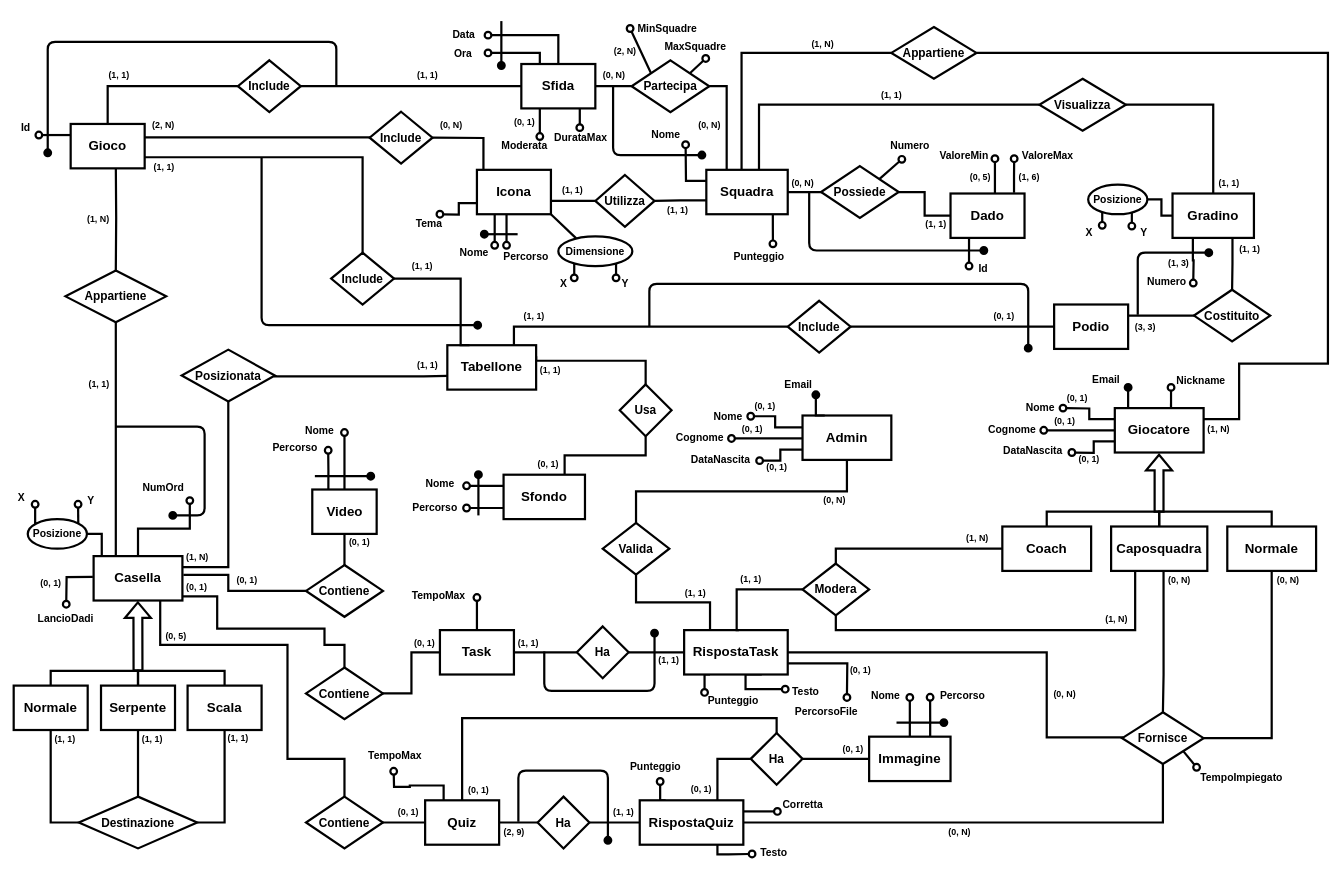
This is Progetto concettuale/Schema ER.drawio from lorenzobilli/BD-project, a draw.io file, before an edit. Source tidied: cells renumbered, new cells numbered last; positions are measured from the earlier drawing's top-left corner, leaving out a move shared by most shapes. Both pictures are drawn from the tidied source at 74%, with x=0, y=0 at pixel (13, 20).
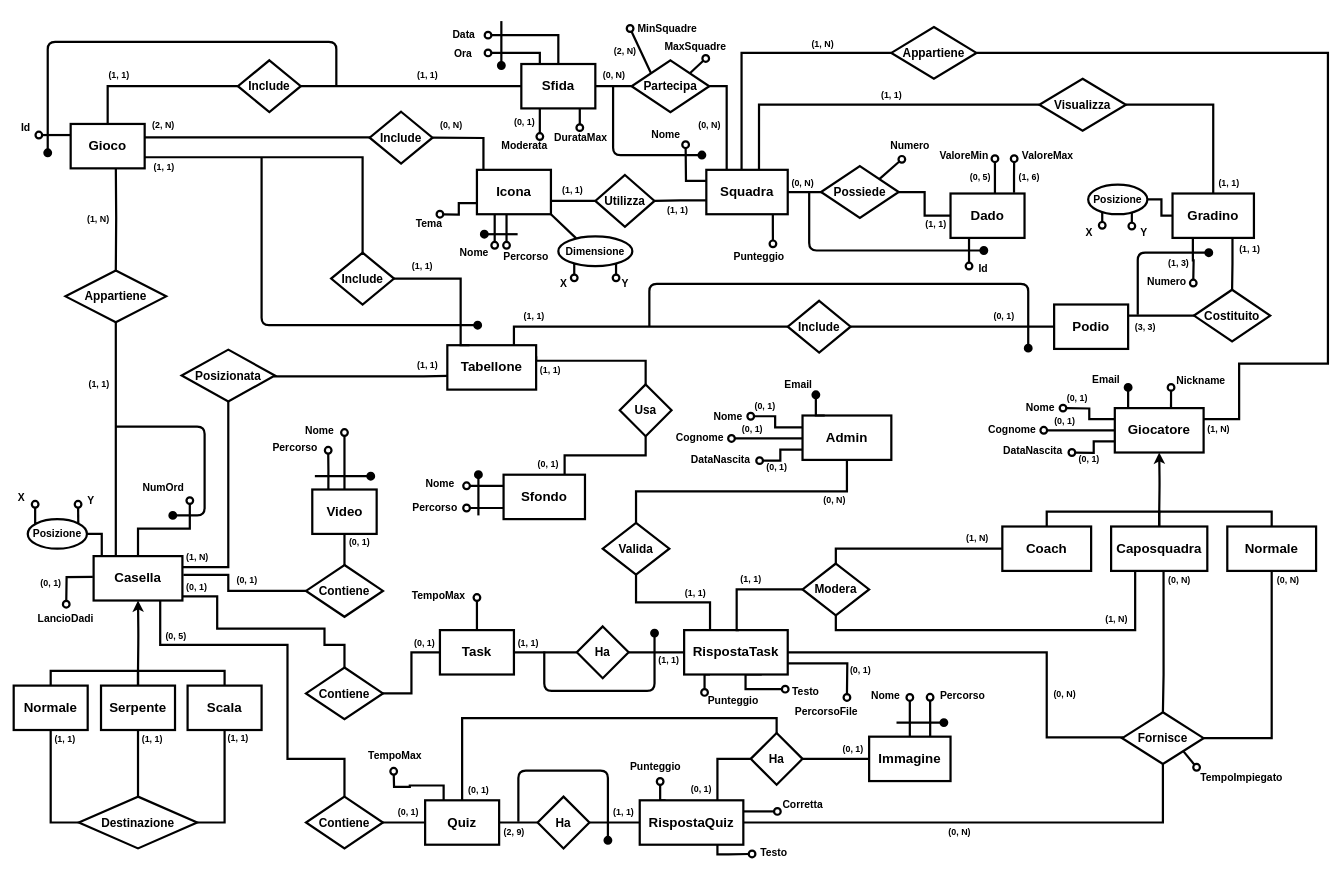
Above is the later version.

The change refers to these unchanged cells:
```xml
<mxCell id="11" value="Casella" style="rounded=0;whiteSpace=wrap;html=1;strokeWidth=3;fontSize=18;shadow=0;fontStyle=1;" parent="1" vertex="1">
  <mxGeometry x="108" y="724" width="120" height="60" as="geometry" />
</mxCell>
<mxCell id="19" value="Giocatore" style="rounded=0;whiteSpace=wrap;html=1;strokeWidth=3;fontSize=18;shadow=0;fontStyle=1;" parent="1" vertex="1">
  <mxGeometry x="1488" y="524" width="120" height="60" as="geometry" />
</mxCell>
```

The edit, as a diff of the source:
```diff
@@
-    <mxCell id="7" style="rounded=0;orthogonalLoop=1;jettySize=auto;html=1;endArrow=none;endFill=0;shape=flexArrow;startArrow=block;fillColor=#ffffff;strokeWidth=3;shadow=0;fontStyle=1;" parent="1" edge="1">
-      <mxGeometry relative="1" as="geometry">
-        <mxPoint x="167.8" y="785" as="sourcePoint" />
-        <mxPoint x="168" y="880" as="targetPoint" />
-      </mxGeometry>
-    </mxCell>
@@
-    <mxCell id="126" style="rounded=0;orthogonalLoop=1;jettySize=auto;html=1;endArrow=none;endFill=0;shape=flexArrow;startArrow=block;strokeWidth=3;shadow=0;fontStyle=1;" parent="1" edge="1">
-      <mxGeometry relative="1" as="geometry">
-        <mxPoint x="1547.8" y="585.5" as="sourcePoint" />
-        <mxPoint x="1547.8" y="665.5" as="targetPoint" />
-      </mxGeometry>
-    </mxCell>
@@
+    <mxCell id="288" style="endArrow=classic;html=1;edgeStyle=orthogonalEdgeStyle;strokeWidth=3;entryX=0.5;entryY=1;entryDx=0;entryDy=0;" parent="1" edge="1" target="11">
+      <mxGeometry relative="1" as="geometry">
+        <mxPoint x="168" y="879" as="sourcePoint" />
+      </mxGeometry>
+    </mxCell>
+    <mxCell id="289" style="endArrow=classic;html=1;edgeStyle=orthogonalEdgeStyle;strokeWidth=3;entryX=0.5;entryY=1;entryDx=0;entryDy=0;" parent="1" edge="1" target="19">
+      <mxGeometry relative="1" as="geometry">
+        <mxPoint x="1548" y="666" as="sourcePoint" />
+      </mxGeometry>
+    </mxCell>
```
